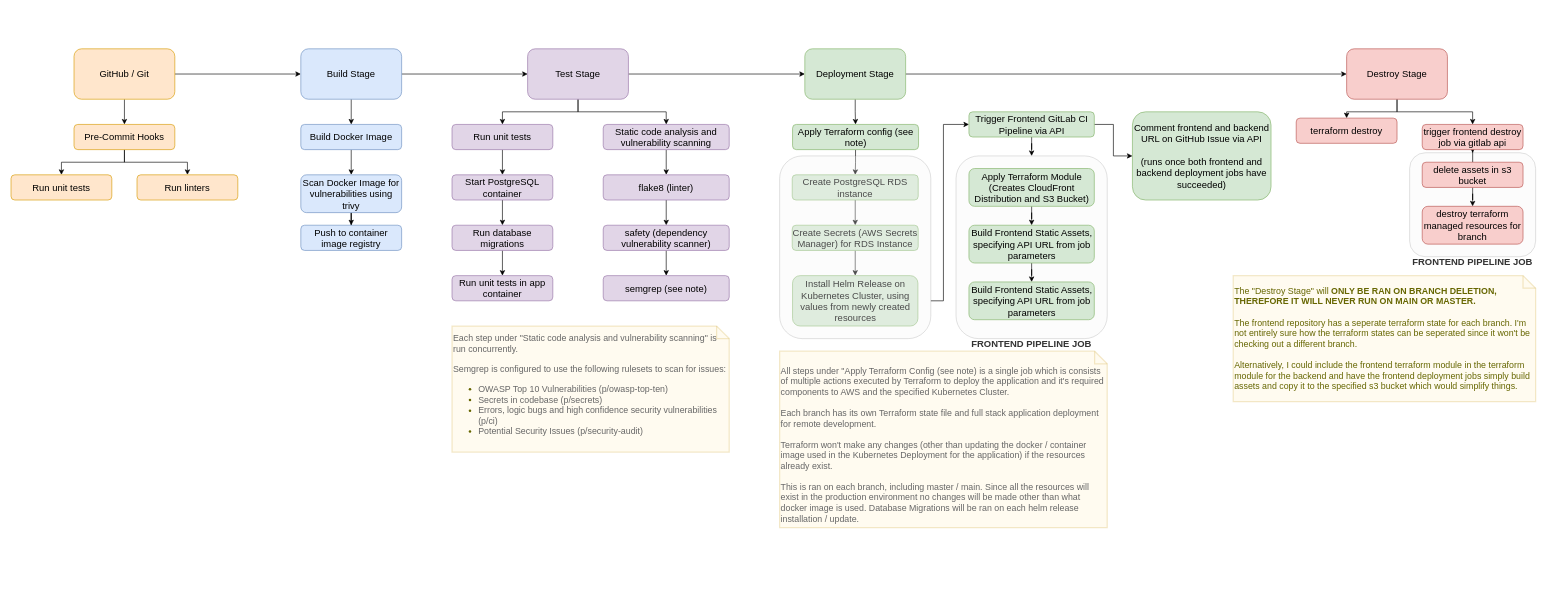
This is infra/backend-ci-pipeline.drawio from jxeldotdev/todo-backend, a draw.io file, before an edit. Source tidied: cells renumbered, new cells numbered last; positions are measured from the earlier drawing's top-left corner, leaving out a move shared by most shapes. Both pictures are drawn from the tidied source at 63%, with x=0, y=0 at pixel (11, 49).
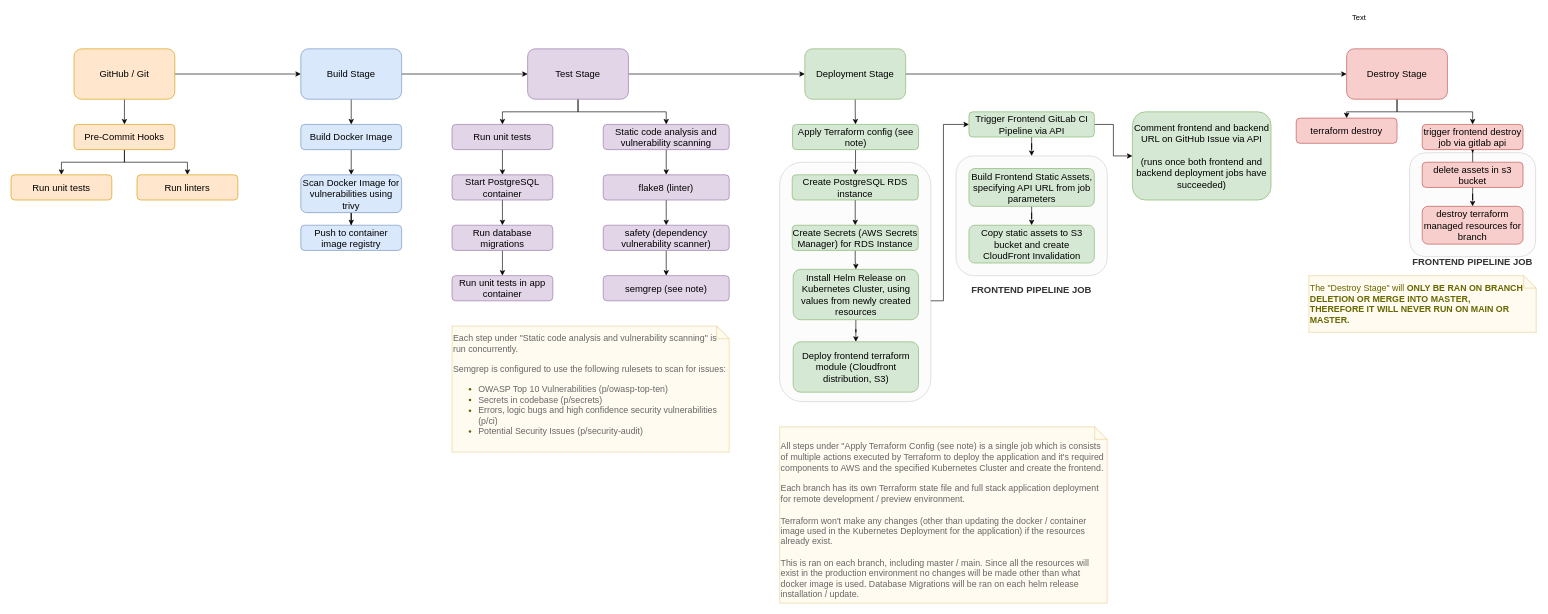
After the change.

Commit message (it also covers changes not shown here):
Worked on Terraform Module

The edit, as a diff of the source:
```diff
@@
+    <mxCell id="52" style="whiteSpace=wrap;html=1;rounded=1;opacity=30;align=left;fillColor=#f5f5f5;strokeColor=#666666;fontColor=#333333;" parent="1" vertex="1">
+      <mxGeometry x="1220" y="180" width="240" height="380" as="geometry" />
+    </mxCell>
@@
+    <mxCell id="71" style="edgeStyle=orthogonalEdgeStyle;rounded=0;jettySize=auto;html=1;entryX=0.5;entryY=0;entryDx=0;entryDy=0;" parent="1" edge="1" source="39" target="72">
+      <mxGeometry relative="1" as="geometry" />
+    </mxCell>
     <mxCell id="39" value="&lt;font style=&quot;font-size: 15px&quot;&gt;Install Helm Release on Kubernetes Cluster, using values from newly created resources&lt;/font&gt;" style="rounded=1;whiteSpace=wrap;html=1;fontSize=12;glass=0;strokeWidth=1;shadow=0;fillColor=#d5e8d4;strokeColor=#82b366;" parent="1" vertex="1">
-      <mxGeometry x="1240.5" y="360" width="199" height="80" as="geometry" />
+      <mxGeometry x="1241.5" y="350" width="199" height="80" as="geometry" />
     </mxCell>
@@
-    <mxCell id="47" value="&lt;div style=&quot;text-align: left&quot;&gt;&lt;font style=&quot;font-size: 14px&quot; color=&quot;#666666&quot;&gt;&lt;br&gt;&lt;/font&gt;&lt;/div&gt;&lt;div style=&quot;text-align: left&quot;&gt;&lt;font color=&quot;#666666&quot;&gt;&lt;font style=&quot;font-size: 14px&quot;&gt;All steps under &quot;Apply Terraform Config (see note) is a single job which is consists of multiple actions executed by Terraform to deploy the application and it's required components to AWS and the specified Kubernetes Cluster.&lt;/font&gt;&lt;br&gt;&lt;/font&gt;&lt;/div&gt;&lt;div style=&quot;text-align: left&quot;&gt;&lt;font color=&quot;#666666&quot;&gt;&lt;br&gt;&lt;/font&gt;&lt;/div&gt;&lt;font color=&quot;#666666&quot;&gt;Each branch has its own Terraform state file and full stack application deployment for remote development.&lt;br&gt;&lt;br&gt;Terraform won't make any changes (other than updating the docker / container image used in the Kubernetes Deployment for the application) if the resources already exist.&lt;br&gt;&lt;br&gt;This is ran on each branch, including master / main. Since all the resources will exist in the production environment no changes will be made other than what docker image is used. Database Migrations will be ran on each helm release installation / update.&lt;/font&gt;" style="shape=note;strokeWidth=2;fontSize=14;size=20;whiteSpace=wrap;html=1;fillColor=#fff2cc;strokeColor=#d6b656;fontColor=#666600;rounded=1;opacity=30;align=left;" parent="1" vertex="1">
-      <mxGeometry x="1220" y="480" width="520" height="280" as="geometry" />
+    <mxCell id="47" value="&lt;div style=&quot;text-align: left&quot;&gt;&lt;font style=&quot;font-size: 14px&quot; color=&quot;#666666&quot;&gt;&lt;br&gt;&lt;/font&gt;&lt;/div&gt;&lt;div style=&quot;text-align: left&quot;&gt;&lt;font color=&quot;#666666&quot;&gt;&lt;font style=&quot;font-size: 14px&quot;&gt;All steps under &quot;Apply Terraform Config (see note) is a single job which is consists of multiple actions executed by Terraform to deploy the application and it's required components to AWS and the specified Kubernetes Cluster and create the frontend.&lt;/font&gt;&lt;br&gt;&lt;/font&gt;&lt;/div&gt;&lt;div style=&quot;text-align: left&quot;&gt;&lt;font color=&quot;#666666&quot;&gt;&lt;br&gt;&lt;/font&gt;&lt;/div&gt;&lt;font color=&quot;#666666&quot;&gt;Each branch has its own Terraform state file and full stack application deployment for remote development / preview environment.&lt;br&gt;&lt;br&gt;Terraform won't make any changes (other than updating the docker / container image used in the Kubernetes Deployment for the application) if the resources already exist.&lt;br&gt;&lt;br&gt;This is ran on each branch, including master / main. Since all the resources will exist in the production environment no changes will be made other than what docker image is used. Database Migrations will be ran on each helm release installation / update.&lt;/font&gt;" style="shape=note;strokeWidth=2;fontSize=14;size=20;whiteSpace=wrap;html=1;fillColor=#fff2cc;strokeColor=#d6b656;fontColor=#666600;rounded=1;opacity=30;align=left;" parent="1" vertex="1">
+      <mxGeometry x="1220" y="600" width="520" height="280" as="geometry" />
     </mxCell>
@@
-    <mxCell id="52" style="whiteSpace=wrap;html=1;rounded=1;opacity=30;align=left;fillColor=#f5f5f5;strokeColor=#666666;fontColor=#333333;" parent="1" vertex="1">
-      <mxGeometry x="1220" y="170" width="240" height="290" as="geometry" />
-    </mxCell>
-    <mxCell id="53" value="&lt;b&gt;&lt;font style=&quot;font-size: 15px&quot;&gt;&lt;br&gt;&lt;br&gt;&lt;br&gt;&lt;br&gt;&lt;br&gt;&lt;br&gt;&lt;br&gt;&lt;br&gt;&lt;br&gt;&lt;br&gt;&lt;br&gt;&lt;br&gt;&lt;br&gt;&lt;br&gt;&lt;br&gt;&lt;br&gt;&lt;br&gt;FRONTEND PIPELINE JOB&lt;/font&gt;&lt;/b&gt;" style="whiteSpace=wrap;html=1;rounded=1;opacity=30;align=center;fillColor=#f5f5f5;strokeColor=#666666;fontColor=#333333;" parent="1" vertex="1">
-      <mxGeometry x="1500" y="170" width="240" height="290" as="geometry" />
+    <mxCell id="53" value="&lt;b&gt;&lt;font style=&quot;font-size: 15px&quot;&gt;&lt;br&gt;&lt;br&gt;&lt;br&gt;&lt;br&gt;&lt;br&gt;&lt;br&gt;&lt;br&gt;&lt;br&gt;&lt;br&gt;&lt;br&gt;&lt;br&gt;&lt;br&gt;&lt;br&gt;FRONTEND PIPELINE JOB&lt;/font&gt;&lt;/b&gt;" style="whiteSpace=wrap;html=1;rounded=1;opacity=30;align=center;fillColor=#f5f5f5;strokeColor=#666666;fontColor=#333333;" parent="1" vertex="1">
+      <mxGeometry x="1500" y="170" width="240" height="190" as="geometry" />
     </mxCell>
-    <mxCell id="54" style="edgeStyle=orthogonalEdgeStyle;rounded=0;jettySize=auto;html=1;" parent="1" edge="1" source="55" target="57">
-      <mxGeometry relative="1" as="geometry" />
-    </mxCell>
-    <mxCell id="55" value="&lt;span style=&quot;font-size: 15px&quot;&gt;Apply Terraform Module (Creates CloudFront Distribution and S3 Bucket)&lt;/span&gt;" style="rounded=1;whiteSpace=wrap;html=1;fontSize=12;glass=0;strokeWidth=1;shadow=0;fillColor=#d5e8d4;strokeColor=#82b366;" parent="1" vertex="1">
-      <mxGeometry x="1520.5" y="190" width="199" height="60" as="geometry" />
-    </mxCell>
@@
     <mxCell id="57" value="&lt;span style=&quot;font-size: 15px&quot;&gt;Build Frontend Static Assets, specifying API URL from job parameters&lt;/span&gt;" style="rounded=1;whiteSpace=wrap;html=1;fontSize=12;glass=0;strokeWidth=1;shadow=0;fillColor=#d5e8d4;strokeColor=#82b366;" parent="1" vertex="1">
-      <mxGeometry x="1520.5" y="280" width="199" height="60" as="geometry" />
+      <mxGeometry x="1520.5" y="190" width="199" height="60" as="geometry" />
     </mxCell>
-    <mxCell id="58" value="&lt;span style=&quot;font-size: 15px&quot;&gt;Build Frontend Static Assets, specifying API URL from job parameters&lt;/span&gt;" style="rounded=1;whiteSpace=wrap;html=1;fontSize=12;glass=0;strokeWidth=1;shadow=0;fillColor=#d5e8d4;strokeColor=#82b366;" parent="1" vertex="1">
-      <mxGeometry x="1520.5" y="370" width="199" height="60" as="geometry" />
+    <mxCell id="58" value="&lt;span style=&quot;font-size: 15px&quot;&gt;Copy static assets to S3 bucket and create CloudFront Invalidation&lt;/span&gt;" style="rounded=1;whiteSpace=wrap;html=1;fontSize=12;glass=0;strokeWidth=1;shadow=0;fillColor=#d5e8d4;strokeColor=#82b366;" parent="1" vertex="1">
+      <mxGeometry x="1520.5" y="280" width="199" height="60" as="geometry" />
     </mxCell>
@@
-    <mxCell id="63" value="The &quot;Destroy Stage&quot; will &lt;b&gt;ONLY BE RAN ON BRANCH DELETION, THEREFORE IT WILL NEVER RUN ON MAIN OR MASTER.&lt;/b&gt;&lt;br&gt;&lt;br&gt;The frontend repository has a seperate terraform state for each branch. I'm not entirely sure how the terraform states can be seperated since it won't be checking out a different branch.&lt;br&gt;&lt;br&gt;Alternatively, I could include the frontend terraform module in the terraform module for the backend and have the frontend deployment jobs simply build assets and copy it to the specified s3 bucket which would simplify things." style="shape=note;strokeWidth=2;fontSize=14;size=20;whiteSpace=wrap;html=1;fillColor=#fff2cc;strokeColor=#d6b656;fontColor=#666600;rounded=1;opacity=30;align=left;" parent="1" vertex="1">
-      <mxGeometry x="1940" y="360" width="480" height="200" as="geometry" />
+    <mxCell id="63" value="The &quot;Destroy Stage&quot; will &lt;b&gt;ONLY BE RAN ON BRANCH DELETION OR MERGE INTO MASTER, &lt;br&gt;THEREFORE IT WILL NEVER RUN ON MAIN OR MASTER.&lt;/b&gt;" style="shape=note;strokeWidth=2;fontSize=14;size=20;whiteSpace=wrap;html=1;fillColor=#fff2cc;strokeColor=#d6b656;fontColor=#666600;rounded=1;opacity=30;align=left;" parent="1" vertex="1">
+      <mxGeometry x="2060" y="360" width="361" height="90" as="geometry" />
     </mxCell>
@@
+    <mxCell id="72" value="&lt;span style=&quot;font-size: 15px&quot;&gt;Deploy frontend terraform module (Cloudfront distribution, S3)&lt;/span&gt;" style="rounded=1;whiteSpace=wrap;html=1;fontSize=12;glass=0;strokeWidth=1;shadow=0;fillColor=#d5e8d4;strokeColor=#82b366;" parent="1" vertex="1">
+      <mxGeometry x="1241.5" y="465" width="199" height="80" as="geometry" />
+    </mxCell>
+    <mxCell id="73" value="Text" style="text;html=1;strokeColor=none;fillColor=none;align=center;verticalAlign=middle;whiteSpace=wrap;rounded=0;" parent="1" vertex="1">
+      <mxGeometry x="2060" y="-60" width="160" height="20" as="geometry" />
+    </mxCell>
```
